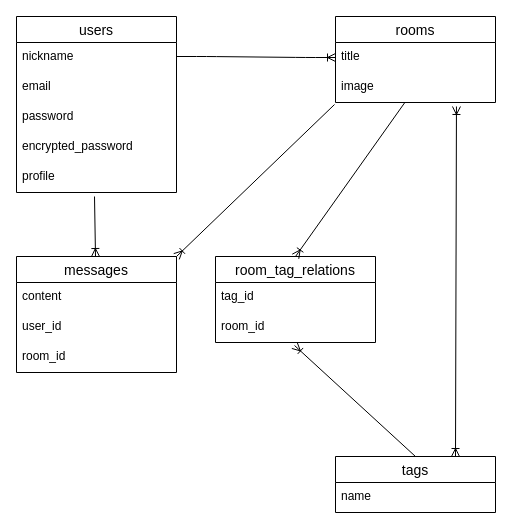
The draw.io diagram ER.dio in 1keda3/favorite-talk, before the edit. Source tidied: cells renumbered, new cells numbered last; positions are measured from the earlier drawing's top-left corner, leaving out a move shared by most shapes. Both pictures are drawn from the tidied source at 100%, with x=0, y=0 at pixel (16, 16).
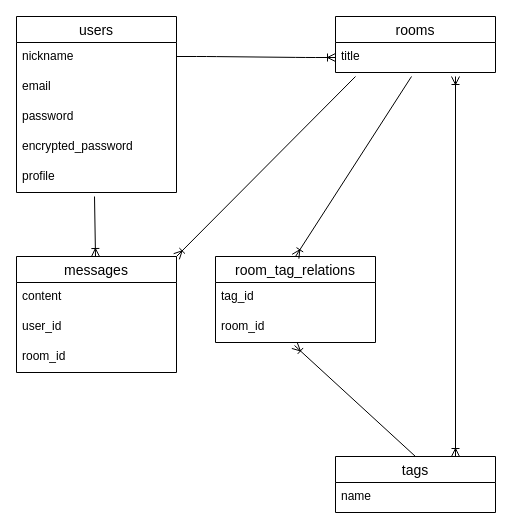
The same page after the edit.

The change refers to these unchanged cells:
```xml
<mxCell id="9" value="title" style="text;strokeColor=none;fillColor=none;spacingLeft=4;spacingRight=4;overflow=hidden;points=[[0,0.5],[1,0.5]];portConstraint=eastwest;fontSize=12;" parent="8" vertex="1">
  <mxGeometry y="26" width="160" height="30" as="geometry" />
</mxCell>
<mxCell id="11" value="messages" style="swimlane;fontStyle=0;horizontal=1;startSize=26;align=center;fontSize=14;" parent="1" vertex="1">
  <mxGeometry y="240" width="160" height="116" as="geometry" />
</mxCell>
<mxCell id="15" value="tags" style="swimlane;fontStyle=0;horizontal=1;startSize=26;align=center;fontSize=14;" parent="1" vertex="1">
  <mxGeometry x="319" y="440" width="160" height="56" as="geometry" />
</mxCell>
<mxCell id="17" value="room_tag_relations" style="swimlane;fontStyle=0;horizontal=1;startSize=26;align=center;fontSize=14;" parent="1" vertex="1">
  <mxGeometry x="199" y="240" width="160" height="86" as="geometry" />
</mxCell>
```

The edit, as a diff of the source:
```diff
@@
     <mxCell id="8" value="rooms" style="swimlane;fontStyle=0;horizontal=1;startSize=26;align=center;fontSize=14;" parent="1" vertex="1">
-      <mxGeometry x="319" width="160" height="86" as="geometry" />
+      <mxGeometry x="319" width="160" height="56" as="geometry" />
     </mxCell>
@@
-    <mxCell id="10" value="image" style="text;strokeColor=none;fillColor=none;spacingLeft=4;spacingRight=4;overflow=hidden;points=[[0,0.5],[1,0.5]];portConstraint=eastwest;fontSize=12;" parent="8" vertex="1">
-      <mxGeometry y="56" width="160" height="30" as="geometry" />
-    </mxCell>
@@
-    <mxCell id="23" style="fontSize=12;html=1;endArrow=ERoneToMany;entryX=0.5;entryY=0;entryDx=0;entryDy=0;" parent="1" edge="1" source="10" target="17">
+    <mxCell id="23" style="fontSize=12;html=1;endArrow=ERoneToMany;entryX=0.5;entryY=0;entryDx=0;entryDy=0;exitX=0.475;exitY=1.133;exitDx=0;exitDy=0;exitPerimeter=0;" parent="1" edge="1" source="9" target="17">
       <mxGeometry relative="1" as="geometry" />
     </mxCell>
-    <mxCell id="24" style="fontSize=12;html=1;endArrow=ERoneToMany;startArrow=ERoneToMany;exitX=0.75;exitY=0;exitDx=0;exitDy=0;entryX=0.756;entryY=1.133;entryDx=0;entryDy=0;entryPerimeter=0;" parent="1" edge="1" source="15" target="10">
-      <mxGeometry relative="1" as="geometry" />
+    <mxCell id="24" style="fontSize=12;html=1;endArrow=ERoneToMany;startArrow=ERoneToMany;exitX=0.75;exitY=0;exitDx=0;exitDy=0;" parent="1" edge="1" source="15">
+      <mxGeometry relative="1" as="geometry">
+        <mxPoint x="439" y="60" as="targetPoint" />
+      </mxGeometry>
     </mxCell>
-    <mxCell id="25" style="fontSize=12;html=1;endArrow=ERoneToMany;exitX=-0.006;exitY=1.067;exitDx=0;exitDy=0;exitPerimeter=0;entryX=1;entryY=0;entryDx=0;entryDy=0;" parent="1" edge="1" source="10" target="11">
-      <mxGeometry relative="1" as="geometry" />
+    <mxCell id="25" style="fontSize=12;html=1;endArrow=ERoneToMany;entryX=1;entryY=0;entryDx=0;entryDy=0;" parent="1" edge="1" target="11">
+      <mxGeometry relative="1" as="geometry">
+        <mxPoint x="339" y="60" as="sourcePoint" />
+      </mxGeometry>
     </mxCell>
```
